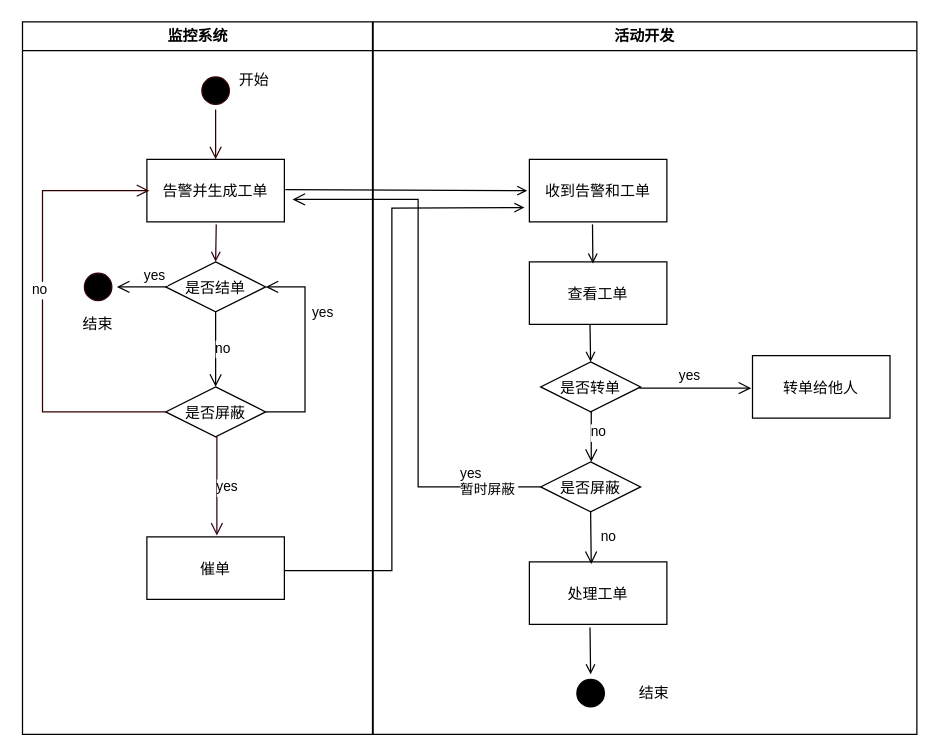
Earlier version of the draw.io diagram 工单系统活动图.drawio (FelixTt/repositoryForDraw.io). Source tidied: cells renumbered, new cells numbered last; positions are measured from the earlier drawing's top-left corner, leaving out a move shared by most shapes. Both pictures are drawn from the tidied source at 125%, with x=0, y=0 at pixel (21, 21).
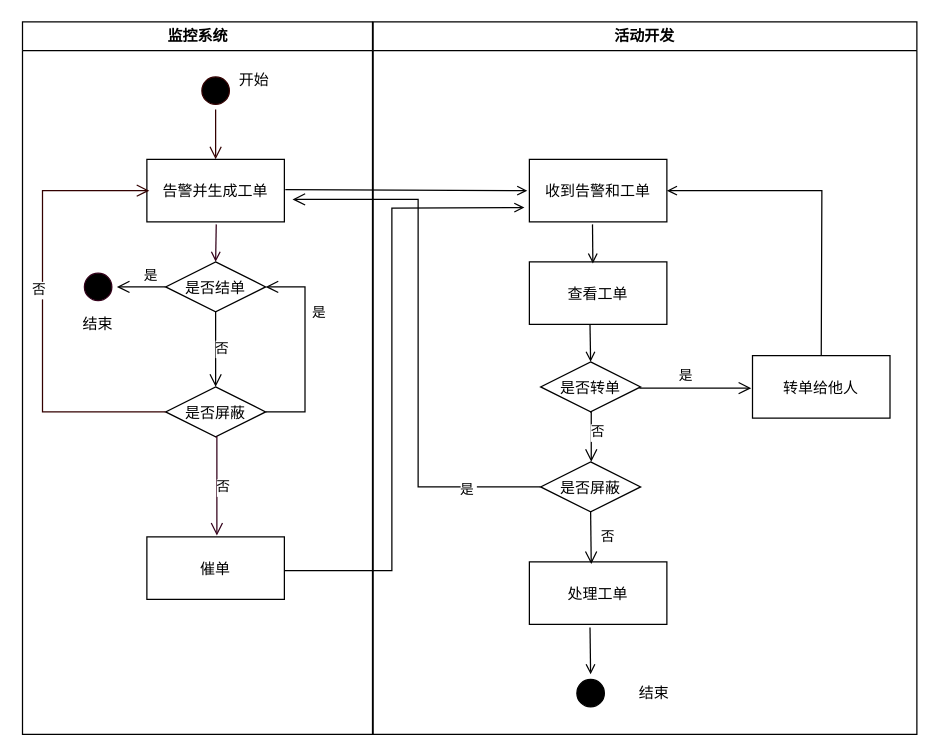
The same page after the edit.

Commit message:
更新工单系统活动图.drawio

The change refers to these unchanged cells:
```xml
<mxCell id="2" value="监控系统" style="swimlane;whiteSpace=wrap;startSize=23;" parent="1" vertex="1">
  <mxGeometry x="0.5" width="280" height="570" as="geometry" />
</mxCell>
<mxCell id="5" value="告警并生成工单" parent="2" vertex="1">
  <mxGeometry x="99.5" y="110" width="110" height="50" as="geometry" />
</mxCell>
<mxCell id="7" value="催单" parent="2" vertex="1">
  <mxGeometry x="99.5" y="412" width="110" height="50" as="geometry" />
</mxCell>
<mxCell id="8" value="是否结单" style="rhombus;fillColor=#FFFFFF;strokeColor=#000000;" parent="2" vertex="1">
  <mxGeometry x="114.5" y="192" width="80" height="40" as="geometry" />
</mxCell>
<mxCell id="9" style="ellipse;shape=startState;fillColor=#000000;strokeColor=#33001A;" parent="2" vertex="1">
  <mxGeometry x="45.5" y="197" width="30" height="30" as="geometry" />
</mxCell>
<mxCell id="11" value="是否屏蔽" style="rhombus;fillColor=#FFFFFF;strokeColor=#000000;" parent="2" vertex="1">
  <mxGeometry x="114.5" y="292" width="80" height="40" as="geometry" />
</mxCell>
<mxCell id="18" value="活动开发" style="swimlane;whiteSpace=wrap;strokeColor=#000000;" parent="1" vertex="1">
  <mxGeometry x="281" width="435" height="570" as="geometry" />
</mxCell>
<mxCell id="19" value="收到告警和工单" parent="18" vertex="1">
  <mxGeometry x="125" y="110" width="110" height="50" as="geometry" />
</mxCell>
<mxCell id="23" value="处理工单" parent="18" vertex="1">
  <mxGeometry x="125" y="432" width="110" height="50" as="geometry" />
</mxCell>
<mxCell id="26" value="是否屏蔽" style="rhombus;fillColor=#FFFFFF;strokeColor=#000000;" parent="18" vertex="1">
  <mxGeometry x="134" y="352" width="80" height="40" as="geometry" />
</mxCell>
<mxCell id="29" value="转单给他人" parent="18" vertex="1">
  <mxGeometry x="303.5" y="267" width="110" height="50" as="geometry" />
</mxCell>
```

Diff of the diagram source:
```diff
@@
-    <mxCell id="10" value="yes" style="edgeStyle=elbowEdgeStyle;elbow=horizontal;align=left;verticalAlign=bottom;endArrow=open;endSize=8;strokeColor=#000000;endFill=1;rounded=0;" parent="2" edge="1" source="8" target="9">
+    <mxCell id="10" value="是" style="edgeStyle=elbowEdgeStyle;elbow=horizontal;align=left;verticalAlign=bottom;endArrow=open;endSize=8;strokeColor=#000000;endFill=1;rounded=0;" parent="2" edge="1" source="8" target="9">
       <mxGeometry x="-0.03" relative="1" as="geometry" />
     </mxCell>
@@
-    <mxCell id="12" value="yes" style="edgeStyle=elbowEdgeStyle;elbow=horizontal;align=left;verticalAlign=bottom;endArrow=open;endSize=8;strokeColor=#000000;endFill=1;rounded=0;" parent="2" edge="1" source="11" target="8">
+    <mxCell id="12" value="是" style="edgeStyle=elbowEdgeStyle;elbow=horizontal;align=left;verticalAlign=bottom;endArrow=open;endSize=8;strokeColor=#000000;endFill=1;rounded=0;" parent="2" edge="1" source="11" target="8">
       <mxGeometry x="0.25" y="-3" relative="1" as="geometry">
         <Array as="points">
           <mxPoint x="226" y="252" />
         </Array>
         <mxPoint x="1" as="offset" />
       </mxGeometry>
     </mxCell>
-    <mxCell id="13" value="no" style="edgeStyle=elbowEdgeStyle;elbow=horizontal;align=left;verticalAlign=bottom;endArrow=open;endSize=8;strokeColor=#000000;endFill=1;rounded=0;exitX=0.5;exitY=1;exitDx=0;exitDy=0;" parent="2" edge="1" source="8" target="11">
+    <mxCell id="13" value="否" style="edgeStyle=elbowEdgeStyle;elbow=horizontal;align=left;verticalAlign=bottom;endArrow=open;endSize=8;strokeColor=#000000;endFill=1;rounded=0;exitX=0.5;exitY=1;exitDx=0;exitDy=0;" parent="2" edge="1" source="8" target="11">
       <mxGeometry x="0.25" y="-3" relative="1" as="geometry">
         <mxPoint x="1" as="offset" />
       </mxGeometry>
     </mxCell>
-    <mxCell id="14" value="yes" style="edgeStyle=elbowEdgeStyle;elbow=horizontal;align=left;verticalAlign=bottom;endArrow=open;endSize=8;strokeColor=#33001A;endFill=1;rounded=0;exitX=0.5;exitY=1;exitDx=0;exitDy=0;entryX=0.505;entryY=-0.02;entryDx=0;entryDy=0;entryPerimeter=0;" parent="2" edge="1" source="11" target="7">
+    <mxCell id="14" value="否" style="edgeStyle=elbowEdgeStyle;elbow=horizontal;align=left;verticalAlign=bottom;endArrow=open;endSize=8;strokeColor=#33001A;endFill=1;rounded=0;exitX=0.5;exitY=1;exitDx=0;exitDy=0;entryX=0.505;entryY=-0.02;entryDx=0;entryDy=0;entryPerimeter=0;" parent="2" edge="1" source="11" target="7">
       <mxGeometry x="0.25" y="-3" relative="1" as="geometry">
         <Array as="points">
           <mxPoint x="155.5" y="362" />
         </Array>
         <mxPoint x="1" as="offset" />
       </mxGeometry>
     </mxCell>
-    <mxCell id="15" value="no" style="edgeStyle=elbowEdgeStyle;elbow=horizontal;align=left;verticalAlign=bottom;endArrow=open;endSize=8;strokeColor=#330000;endFill=1;rounded=0;exitX=0;exitY=0.5;exitDx=0;exitDy=0;entryX=0.018;entryY=0.5;entryDx=0;entryDy=0;entryPerimeter=0;" parent="2" edge="1" source="11" target="5">
+    <mxCell id="15" value="否" style="edgeStyle=elbowEdgeStyle;elbow=horizontal;align=left;verticalAlign=bottom;endArrow=open;endSize=8;strokeColor=#330000;endFill=1;rounded=0;exitX=0;exitY=0.5;exitDx=0;exitDy=0;entryX=0.018;entryY=0.5;entryDx=0;entryDy=0;entryPerimeter=0;" parent="2" edge="1" source="11" target="5">
       <mxGeometry x="0.04" y="11" relative="1" as="geometry">
         <Array as="points">
           <mxPoint x="16" y="222" />
         </Array>
         <mxPoint x="1" y="1" as="offset" />
       </mxGeometry>
     </mxCell>
@@
-    <mxCell id="24" value="yes&#10;暂时屏蔽" style="edgeStyle=elbowEdgeStyle;elbow=horizontal;align=left;verticalAlign=bottom;endArrow=open;endSize=8;strokeColor=#000000;endFill=1;rounded=0;exitX=0;exitY=0.5;exitDx=0;exitDy=0;" parent="18" edge="1" source="26">
+    <mxCell id="24" value="是" style="edgeStyle=elbowEdgeStyle;elbow=horizontal;align=left;verticalAlign=bottom;endArrow=open;endSize=8;strokeColor=#000000;endFill=1;rounded=0;exitX=0;exitY=0.5;exitDx=0;exitDy=0;" parent="18" edge="1" source="26">
       <mxGeometry x="-0.69" y="11" relative="1" as="geometry">
         <mxPoint x="-64.5" y="142" as="targetPoint" />
         <Array as="points">
           <mxPoint x="36" y="222" />
         </Array>
       </mxGeometry>
     </mxCell>
@@
-    <mxCell id="27" value="no" style="edgeStyle=elbowEdgeStyle;elbow=horizontal;align=left;verticalAlign=bottom;endArrow=open;endSize=8;strokeColor=#000000;endFill=1;rounded=0;exitX=0.5;exitY=1;exitDx=0;exitDy=0;entryX=0.5;entryY=0;entryDx=0;entryDy=0;" parent="18" edge="1" target="26">
+    <mxCell id="27" value="否" style="edgeStyle=elbowEdgeStyle;elbow=horizontal;align=left;verticalAlign=bottom;endArrow=open;endSize=8;strokeColor=#000000;endFill=1;rounded=0;exitX=0.5;exitY=1;exitDx=0;exitDy=0;entryX=0.5;entryY=0;entryDx=0;entryDy=0;" parent="18" edge="1" target="26">
       <mxGeometry x="0.25" y="-3" relative="1" as="geometry">
         <mxPoint x="173.5" y="312" as="sourcePoint" />
         <Array as="points">
           <mxPoint x="174.5" y="342" />
         </Array>
         <mxPoint x="1" as="offset" />
       </mxGeometry>
     </mxCell>
-    <mxCell id="28" value="no" style="edgeStyle=elbowEdgeStyle;elbow=horizontal;align=left;verticalAlign=bottom;endArrow=open;endSize=8;strokeColor=#000000;endFill=1;rounded=0;exitX=0.5;exitY=1;exitDx=0;exitDy=0;entryX=0.448;entryY=0.036;entryDx=0;entryDy=0;entryPerimeter=0;" parent="18" edge="1" source="26" target="23">
+    <mxCell id="28" value="否" style="edgeStyle=elbowEdgeStyle;elbow=horizontal;align=left;verticalAlign=bottom;endArrow=open;endSize=8;strokeColor=#000000;endFill=1;rounded=0;exitX=0.5;exitY=1;exitDx=0;exitDy=0;entryX=0.448;entryY=0.036;entryDx=0;entryDy=0;entryPerimeter=0;" parent="18" edge="1" source="26" target="23">
       <mxGeometry x="0.31" y="6" relative="1" as="geometry">
         <Array as="points">
           <mxPoint x="174.5" y="432" />
         </Array>
         <mxPoint y="1" as="offset" />
       </mxGeometry>
     </mxCell>
@@
-    <mxCell id="30" value="yes" style="edgeStyle=elbowEdgeStyle;elbow=horizontal;align=left;verticalAlign=bottom;endArrow=open;endSize=8;strokeColor=#000000;endFill=1;rounded=0;exitX=1;exitY=0.5;exitDx=0;exitDy=0;" parent="18" edge="1">
+    <mxCell id="30" value="是" style="edgeStyle=elbowEdgeStyle;elbow=horizontal;align=left;verticalAlign=bottom;endArrow=open;endSize=8;strokeColor=#000000;endFill=1;rounded=0;exitX=1;exitY=0.5;exitDx=0;exitDy=0;" parent="18" edge="1">
       <mxGeometry x="-0.32" y="1" relative="1" as="geometry">
         <mxPoint x="213" y="293" as="sourcePoint" />
         <mxPoint x="302.5" y="293" as="targetPoint" />
         <Array as="points">
           <mxPoint x="262.5" y="303" />
         </Array>
       </mxGeometry>
     </mxCell>
@@
+    <mxCell id="36" style="endArrow=open;strokeColor=#000000;endFill=1;rounded=0;entryX=1;entryY=0.5;entryDx=0;entryDy=0;exitX=0.5;exitY=0;exitDx=0;exitDy=0;" parent="18" edge="1" source="29" target="19">
+      <mxGeometry relative="1" as="geometry">
+        <Array as="points">
+          <mxPoint x="359" y="135" />
+        </Array>
+      </mxGeometry>
+    </mxCell>
```
